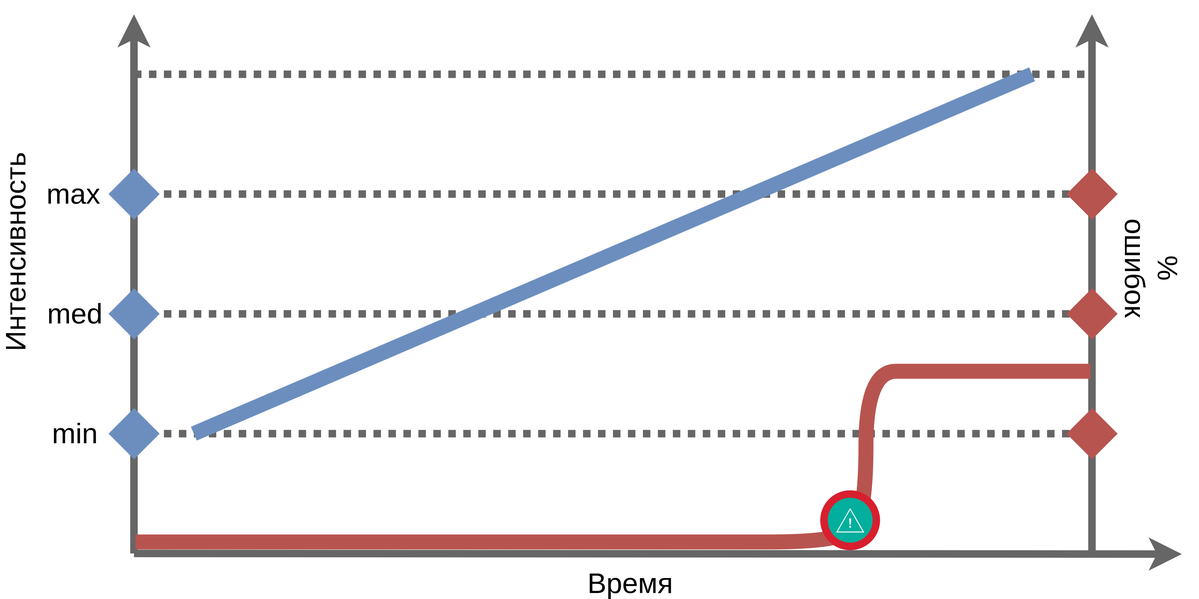
Before: docs/images/1/load.testing-5.png, a diagram exported from draw.io (polarnik/perflab). Source tidied: cells renumbered, new cells last; positions are measured from the earlier drawing's top-left corner, leaving out a move shared by most shapes.
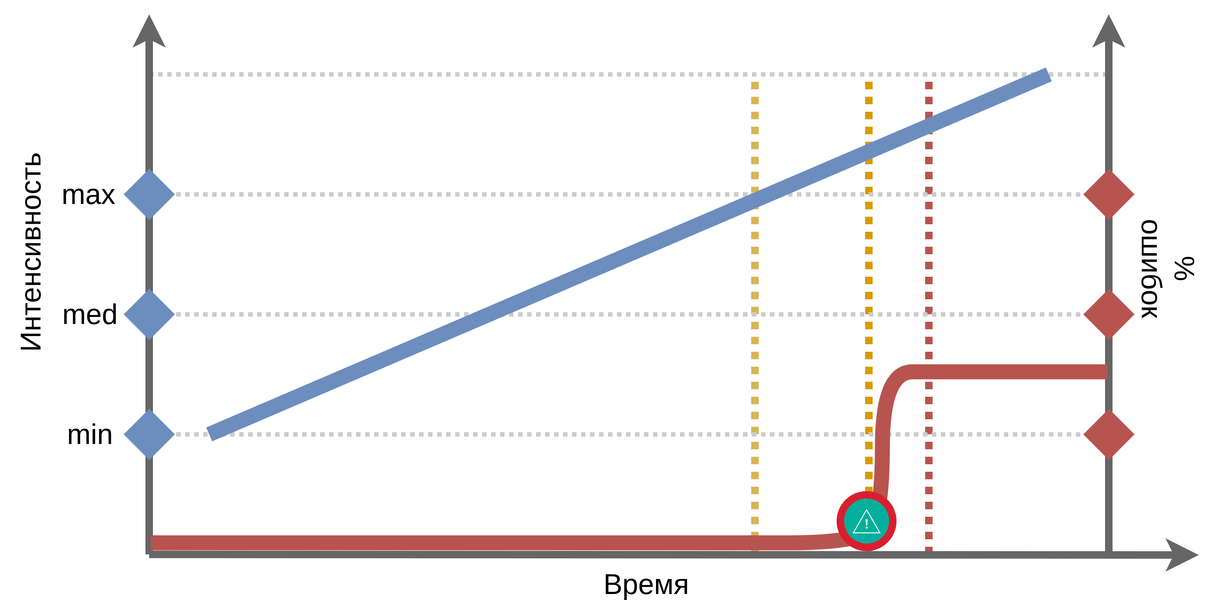
After the commit.

The edit, as a diff of the source:
```diff
@@ -2,129 +2,153 @@
   <root>
     <mxCell id="0" />
     <mxCell id="1" parent="0" />
-    <mxCell id="2" style="endArrow=classic;html=1;strokeWidth=5;jumpStyle=arc;fillColor=#f5f5f5;strokeColor=#666666;" parent="1" edge="1">
-      <mxGeometry relative="1" as="geometry">
-        <mxPoint x="99" y="360.1" as="sourcePoint" />
-        <mxPoint x="799" y="360.5" as="targetPoint" />
-      </mxGeometry>
+    <mxCell id="2" style="group;" parent="1" vertex="1">
+      <mxGeometry x="10" y="10.1" width="799" height="390" as="geometry" />
     </mxCell>
-    <mxCell id="3" style="endArrow=classic;html=1;strokeWidth=5;jumpStyle=arc;fillColor=#f5f5f5;strokeColor=#666666;" parent="1" edge="1">
-      <mxGeometry relative="1" as="geometry">
-        <mxPoint x="99" y="360.1" as="sourcePoint" />
-        <mxPoint x="99" y="0.1" as="targetPoint" />
-      </mxGeometry>
+    <mxCell id="3" style="group;" parent="2" vertex="1">
+      <mxGeometry width="799" height="390" as="geometry" />
     </mxCell>
-    <mxCell id="4" style="endArrow=none;dashed=1;html=1;strokeWidth=5;dashPattern=1 1;fillColor=#f5f5f5;strokeColor=#666666;startArrow=none;startFill=0;startSize=8;" parent="1" edge="1">
+    <mxCell id="4" style="endArrow=none;dashed=1;html=1;strokeWidth=3;dashPattern=1 1;fillColor=#f5f5f5;strokeColor=#CCCCCC;" parent="3" edge="1">
       <mxGeometry relative="1" as="geometry">
-        <mxPoint x="99" y="280.1" as="sourcePoint" />
-        <mxPoint x="738" y="280.1" as="targetPoint" />
+        <mxPoint x="99" y="40" as="sourcePoint" />
+        <mxPoint x="739" y="40" as="targetPoint" />
       </mxGeometry>
     </mxCell>
-    <mxCell id="5" style="endArrow=none;dashed=1;html=1;strokeWidth=5;dashPattern=1 1;fillColor=#f5f5f5;strokeColor=#666666;" parent="1" edge="1">
+    <mxCell id="5" style="endArrow=none;dashed=1;html=1;dashPattern=1 1;strokeWidth=5;fillColor=#fff2cc;strokeColor=#d6b656;" parent="3" edge="1">
       <mxGeometry relative="1" as="geometry">
-        <mxPoint x="99" y="200.1" as="sourcePoint" />
-        <mxPoint x="738" y="200.1" as="targetPoint" />
+        <mxPoint x="503" y="359.9" as="sourcePoint" />
+        <mxPoint x="503" y="39.9" as="targetPoint" />
       </mxGeometry>
     </mxCell>
-    <mxCell id="6" style="endArrow=none;dashed=1;html=1;strokeWidth=5;dashPattern=1 1;fillColor=#f5f5f5;strokeColor=#666666;" parent="1" edge="1">
+    <mxCell id="6" style="endArrow=none;dashed=1;html=1;fillColor=#ffe6cc;strokeColor=#d79b00;strokeWidth=5;dashPattern=1 1;" parent="3" edge="1">
       <mxGeometry relative="1" as="geometry">
-        <mxPoint x="99" y="120.1" as="sourcePoint" />
-        <mxPoint x="738" y="120.1" as="targetPoint" />
+        <mxPoint x="579" y="359.9" as="sourcePoint" />
+        <mxPoint x="579" y="39.9" as="targetPoint" />
       </mxGeometry>
     </mxCell>
-    <mxCell id="7" style="endArrow=none;dashed=1;html=1;strokeWidth=5;dashPattern=1 1;fillColor=#f5f5f5;strokeColor=#666666;" parent="1" edge="1">
+    <mxCell id="7" style="endArrow=none;dashed=1;html=1;fillColor=#f8cecc;strokeColor=#b85450;strokeWidth=5;dashPattern=1 1;" parent="3" edge="1">
       <mxGeometry relative="1" as="geometry">
-        <mxPoint x="99" y="40.1" as="sourcePoint" />
-        <mxPoint x="738" y="40.1" as="targetPoint" />
+        <mxPoint x="619" y="359.9" as="sourcePoint" />
+        <mxPoint x="619" y="39.9" as="targetPoint" />
       </mxGeometry>
     </mxCell>
-    <mxCell id="8" style="endArrow=none;html=1;strokeWidth=10;targetPerimeterSpacing=0;comic=0;shadow=0;jumpStyle=none;orthogonalLoop=1;fillColor=#dae8fc;strokeColor=#6c8ebf;rounded=1;" parent="1" edge="1">
+    <mxCell id="8" style="endArrow=classic;html=1;strokeWidth=5;jumpStyle=none;fillColor=#f5f5f5;strokeColor=#666666;" parent="3" edge="1">
       <mxGeometry relative="1" as="geometry">
-        <mxPoint x="139" y="280.1" as="sourcePoint" />
-        <mxPoint x="699" y="40.1" as="targetPoint" />
+        <mxPoint x="99" y="360" as="sourcePoint" />
+        <mxPoint x="799" y="360.4" as="targetPoint" />
       </mxGeometry>
     </mxCell>
-    <mxCell id="9" style="endArrow=none;html=1;shadow=0;strokeWidth=10;startArrow=diamond;startFill=1;startSize=10;fillColor=#dae8fc;strokeColor=#6c8ebf;" parent="1" edge="1">
+    <mxCell id="9" style="endArrow=classic;html=1;strokeWidth=5;jumpStyle=arc;fillColor=#f5f5f5;strokeColor=#666666;" parent="3" edge="1">
       <mxGeometry relative="1" as="geometry">
-        <mxPoint x="82" y="280.1" as="sourcePoint" />
-        <mxPoint x="102" y="280.1" as="targetPoint" />
+        <mxPoint x="99" y="360" as="sourcePoint" />
+        <mxPoint x="99" as="targetPoint" />
       </mxGeometry>
     </mxCell>
-    <mxCell id="10" style="endArrow=none;html=1;shadow=0;strokeWidth=10;startArrow=diamond;startFill=1;startSize=10;fillColor=#dae8fc;strokeColor=#6c8ebf;endSize=0;" parent="1" edge="1">
+    <mxCell id="10" style="endArrow=none;dashed=1;html=1;strokeWidth=3;dashPattern=1 1;fillColor=#f5f5f5;strokeColor=#CCCCCC;startArrow=none;startFill=0;startSize=8;" parent="3" edge="1">
       <mxGeometry relative="1" as="geometry">
-        <mxPoint x="82" y="200.1" as="sourcePoint" />
-        <mxPoint x="102" y="200.1" as="targetPoint" />
+        <mxPoint x="99" y="280" as="sourcePoint" />
+        <mxPoint x="739" y="280" as="targetPoint" />
       </mxGeometry>
     </mxCell>
-    <mxCell id="11" style="endArrow=none;html=1;shadow=0;strokeWidth=10;startArrow=diamond;startFill=1;startSize=10;fillColor=#dae8fc;strokeColor=#6c8ebf;endSize=0;" parent="1" edge="1">
+    <mxCell id="11" style="endArrow=none;dashed=1;html=1;strokeWidth=3;dashPattern=1 1;fillColor=#f5f5f5;strokeColor=#CCCCCC;" parent="3" edge="1">
       <mxGeometry relative="1" as="geometry">
-        <mxPoint x="82" y="120.1" as="sourcePoint" />
-        <mxPoint x="102" y="120.1" as="targetPoint" />
+        <mxPoint x="99" y="200" as="sourcePoint" />
+        <mxPoint x="739" y="200" as="targetPoint" />
       </mxGeometry>
     </mxCell>
-    <mxCell id="12" value="min" style="text;html=1;strokeColor=none;fillColor=none;align=center;verticalAlign=middle;whiteSpace=wrap;rounded=0;fontSize=19;" parent="1" vertex="1">
-      <mxGeometry x="39" y="270.1" width="40" height="20" as="geometry" />
+    <mxCell id="12" style="endArrow=none;dashed=1;html=1;strokeWidth=3;dashPattern=1 1;fillColor=#f5f5f5;strokeColor=#CCCCCC;" parent="3" edge="1">
+      <mxGeometry relative="1" as="geometry">
+        <mxPoint x="99" y="120" as="sourcePoint" />
+        <mxPoint x="739" y="120" as="targetPoint" />
+      </mxGeometry>
     </mxCell>
-    <mxCell id="13" value="med" style="text;html=1;strokeColor=none;fillColor=none;align=center;verticalAlign=middle;whiteSpace=wrap;rounded=0;fontSize=19;" parent="1" vertex="1">
-      <mxGeometry x="39" y="190.1" width="40" height="20" as="geometry" />
+    <mxCell id="13" style="endArrow=none;html=1;strokeWidth=10;targetPerimeterSpacing=0;comic=0;shadow=0;jumpStyle=none;orthogonalLoop=1;fillColor=#dae8fc;strokeColor=#6c8ebf;rounded=1;" parent="3" edge="1">
+      <mxGeometry relative="1" as="geometry">
+        <mxPoint x="139" y="280" as="sourcePoint" />
+        <mxPoint x="699" y="40" as="targetPoint" />
+      </mxGeometry>
     </mxCell>
-    <mxCell id="14" value="max" style="text;html=1;strokeColor=none;fillColor=none;align=center;verticalAlign=middle;whiteSpace=wrap;rounded=0;fontSize=19;" parent="1" vertex="1">
-      <mxGeometry x="39" y="110.1" width="40" height="20" as="geometry" />
+    <mxCell id="14" style="endArrow=none;html=1;shadow=0;strokeWidth=10;startArrow=diamond;startFill=1;startSize=10;fillColor=#dae8fc;strokeColor=#6c8ebf;" parent="3" edge="1">
+      <mxGeometry relative="1" as="geometry">
+        <mxPoint x="82" y="280" as="sourcePoint" />
+        <mxPoint x="102" y="280" as="targetPoint" />
+      </mxGeometry>
     </mxCell>
-    <mxCell id="15" value="Время" style="text;html=1;strokeColor=none;fillColor=none;align=center;verticalAlign=middle;whiteSpace=wrap;rounded=0;fontSize=19;" parent="1" vertex="1">
-      <mxGeometry x="411" y="370.1" width="40" height="20" as="geometry" />
+    <mxCell id="15" style="endArrow=none;html=1;shadow=0;strokeWidth=10;startArrow=diamond;startFill=1;startSize=10;fillColor=#dae8fc;strokeColor=#6c8ebf;endSize=0;" parent="3" edge="1">
+      <mxGeometry relative="1" as="geometry">
+        <mxPoint x="82" y="200" as="sourcePoint" />
+        <mxPoint x="102" y="200" as="targetPoint" />
+      </mxGeometry>
     </mxCell>
-    <mxCell id="16" value="Интенсивность" style="text;html=1;strokeColor=none;fillColor=none;align=center;verticalAlign=middle;whiteSpace=wrap;rounded=0;fontSize=19;rotation=-90;" parent="1" vertex="1">
-      <mxGeometry y="149.1" width="40" height="20" as="geometry" />
+    <mxCell id="16" style="endArrow=none;html=1;shadow=0;strokeWidth=10;startArrow=diamond;startFill=1;startSize=10;fillColor=#dae8fc;strokeColor=#6c8ebf;endSize=0;" parent="3" edge="1">
+      <mxGeometry relative="1" as="geometry">
+        <mxPoint x="82" y="120" as="sourcePoint" />
+        <mxPoint x="102" y="120" as="targetPoint" />
+      </mxGeometry>
     </mxCell>
-    <mxCell id="17" style="endArrow=classic;html=1;strokeWidth=5;jumpStyle=none;fillColor=#f5f5f5;strokeColor=#666666;" parent="1" edge="1">
-      <mxGeometry relative="1" as="geometry">
-        <mxPoint x="739" y="360.1" as="sourcePoint" />
-        <mxPoint x="739" y="0.1" as="targetPoint" />
-      </mxGeometry>
+    <mxCell id="17" value="min" style="text;html=1;strokeColor=none;fillColor=none;align=center;verticalAlign=middle;whiteSpace=wrap;rounded=0;fontSize=19;" parent="3" vertex="1">
+      <mxGeometry x="39" y="270" width="40" height="20" as="geometry" />
     </mxCell>
-    <mxCell id="18" style="endArrow=none;html=1;shadow=0;strokeWidth=10;startArrow=diamond;startFill=1;startSize=10;fillColor=#f8cecc;strokeColor=#b85450;endSize=0;" parent="1" edge="1">
-      <mxGeometry relative="1" as="geometry">
-        <mxPoint x="722" y="120.1" as="sourcePoint" />
-        <mxPoint x="741" y="120.1" as="targetPoint" />
-      </mxGeometry>
+    <mxCell id="18" value="med" style="text;html=1;strokeColor=none;fillColor=none;align=center;verticalAlign=middle;whiteSpace=wrap;rounded=0;fontSize=19;" parent="3" vertex="1">
+      <mxGeometry x="39" y="190" width="40" height="20" as="geometry" />
     </mxCell>
-    <mxCell id="19" style="endArrow=none;html=1;shadow=0;strokeWidth=10;startArrow=diamond;startFill=1;startSize=10;fillColor=#f8cecc;strokeColor=#b85450;endSize=0;" parent="1" edge="1">
-      <mxGeometry relative="1" as="geometry">
-        <mxPoint x="722" y="200.1" as="sourcePoint" />
-        <mxPoint x="741" y="200.1" as="targetPoint" />
-      </mxGeometry>
+    <mxCell id="19" value="max" style="text;html=1;strokeColor=none;fillColor=none;align=center;verticalAlign=middle;whiteSpace=wrap;rounded=0;fontSize=19;" parent="3" vertex="1">
+      <mxGeometry x="39" y="110" width="40" height="20" as="geometry" />
     </mxCell>
-    <mxCell id="20" style="endArrow=none;html=1;shadow=0;strokeWidth=10;startArrow=diamond;startFill=1;startSize=10;fillColor=#f8cecc;strokeColor=#b85450;endSize=0;" parent="1" edge="1">
-      <mxGeometry relative="1" as="geometry">
-        <mxPoint x="722" y="280.1" as="sourcePoint" />
-        <mxPoint x="741" y="280.1" as="targetPoint" />
-      </mxGeometry>
+    <mxCell id="20" value="Время" style="text;html=1;strokeColor=none;fillColor=none;align=center;verticalAlign=middle;whiteSpace=wrap;rounded=0;fontSize=19;" parent="3" vertex="1">
+      <mxGeometry x="411" y="370" width="40" height="20" as="geometry" />
     </mxCell>
-    <mxCell id="21" value="% ошибок&lt;br&gt;" style="text;html=1;strokeColor=none;fillColor=none;align=center;verticalAlign=middle;whiteSpace=wrap;rounded=0;fontSize=19;rotation=90;" parent="1" vertex="1">
-      <mxGeometry x="759" y="160.1" width="40" height="20" as="geometry" />
+    <mxCell id="21" value="Интенсивность" style="text;html=1;strokeColor=none;fillColor=none;align=center;verticalAlign=middle;whiteSpace=wrap;rounded=0;fontSize=19;rotation=-90;" parent="3" vertex="1">
+      <mxGeometry y="149" width="40" height="20" as="geometry" />
     </mxCell>
-    <mxCell id="22" style="curved=1;endArrow=none;html=1;shadow=0;strokeWidth=10;fontSize=19;fillColor=#f8cecc;strokeColor=#b85450;endFill=0;" parent="1" edge="1">
+    <mxCell id="22" style="endArrow=classic;html=1;strokeWidth=5;jumpStyle=none;fillColor=#f5f5f5;strokeColor=#666666;" parent="3" edge="1">
       <mxGeometry relative="1" as="geometry">
-        <mxPoint x="100" y="352.4" as="sourcePoint" />
-        <mxPoint x="738" y="238.4" as="targetPoint" />
-        <Array as="points">
-          <mxPoint x="478" y="352.4" />
-          <mxPoint x="568" y="352.4" />
-          <mxPoint x="588" y="338.4" />
-          <mxPoint x="588" y="238.4" />
-          <mxPoint x="628" y="238.4" />
-        </Array>
+        <mxPoint x="739" y="360" as="sourcePoint" />
+        <mxPoint x="739" as="targetPoint" />
       </mxGeometry>
     </mxCell>
-    <mxCell id="23" style="group;" parent="1" vertex="1">
-      <mxGeometry x="558" y="318.4" width="40" height="40" as="geometry" />
+    <mxCell id="23" style="endArrow=none;html=1;shadow=0;strokeWidth=10;startArrow=diamond;startFill=1;startSize=10;fillColor=#f8cecc;strokeColor=#b85450;endSize=0;" parent="3" edge="1">
+      <mxGeometry relative="1" as="geometry">
+        <mxPoint x="722" y="120" as="sourcePoint" />
+        <mxPoint x="741" y="120" as="targetPoint" />
+      </mxGeometry>
     </mxCell>
-    <mxCell id="24" style="perimeter=ellipsePerimeter;html=1;align=center;shadow=0;dashed=0;image;image=img/lib/ibm/security/physical_security.svg;fontSize=19;" parent="23" vertex="1">
-      <mxGeometry width="40" height="40" as="geometry" />
+    <mxCell id="24" style="endArrow=none;html=1;shadow=0;strokeWidth=10;startArrow=diamond;startFill=1;startSize=10;fillColor=#f8cecc;strokeColor=#b85450;endSize=0;" parent="3" edge="1">
+      <mxGeometry relative="1" as="geometry">
+        <mxPoint x="722" y="200" as="sourcePoint" />
+        <mxPoint x="741" y="200" as="targetPoint" />
+      </mxGeometry>
     </mxCell>
-    <mxCell id="25" style="perimeter=ellipsePerimeter;html=1;align=center;shadow=0;dashed=0;image;image=img/lib/ibm/management/alert_notification.svg;fontSize=19;" parent="23" vertex="1">
-      <mxGeometry x="5" y="5" width="30" height="30" as="geometry" />
+    <mxCell id="25" style="endArrow=none;html=1;shadow=0;strokeWidth=10;startArrow=diamond;startFill=1;startSize=10;fillColor=#f8cecc;strokeColor=#b85450;endSize=0;" parent="3" edge="1">
+      <mxGeometry relative="1" as="geometry">
+        <mxPoint x="722" y="280" as="sourcePoint" />
+        <mxPoint x="741" y="280" as="targetPoint" />
+      </mxGeometry>
     </mxCell>
+    <mxCell id="26" value="% ошибок&lt;br&gt;" style="text;html=1;strokeColor=none;fillColor=none;align=center;verticalAlign=middle;whiteSpace=wrap;rounded=0;fontSize=19;rotation=90;" parent="3" vertex="1">
+      <mxGeometry x="759" y="160" width="40" height="20" as="geometry" />
+    </mxCell>
+    <mxCell id="27" style="curved=1;endArrow=none;html=1;shadow=0;strokeWidth=10;fontSize=19;fillColor=#f8cecc;strokeColor=#b85450;endFill=0;" parent="3" edge="1">
+      <mxGeometry relative="1" as="geometry">
+        <mxPoint x="100" y="352.3" as="sourcePoint" />
+        <mxPoint x="738" y="238.3" as="targetPoint" />
+        <Array as="points">
+          <mxPoint x="478" y="352.3" />
+          <mxPoint x="568" y="352.3" />
+          <mxPoint x="588" y="338.3" />
+          <mxPoint x="588" y="238.3" />
+          <mxPoint x="628" y="238.3" />
+        </Array>
+      </mxGeometry>
+    </mxCell>
+    <mxCell id="28" style="group;" parent="3" vertex="1">
+      <mxGeometry x="558" y="318.3" width="40" height="40" as="geometry" />
+    </mxCell>
+    <mxCell id="29" style="perimeter=ellipsePerimeter;html=1;align=center;shadow=0;dashed=0;image;image=img/lib/ibm/security/physical_security.svg;fontSize=19;" parent="28" vertex="1">
+      <mxGeometry width="40" height="40" as="geometry" />
+    </mxCell>
+    <mxCell id="30" style="perimeter=ellipsePerimeter;html=1;align=center;shadow=0;dashed=0;image;image=img/lib/ibm/management/alert_notification.svg;fontSize=19;" parent="28" vertex="1">
+      <mxGeometry x="5" y="5" width="30" height="30" as="geometry" />
+    </mxCell>
   </root>
 </mxGraphModel>
```
